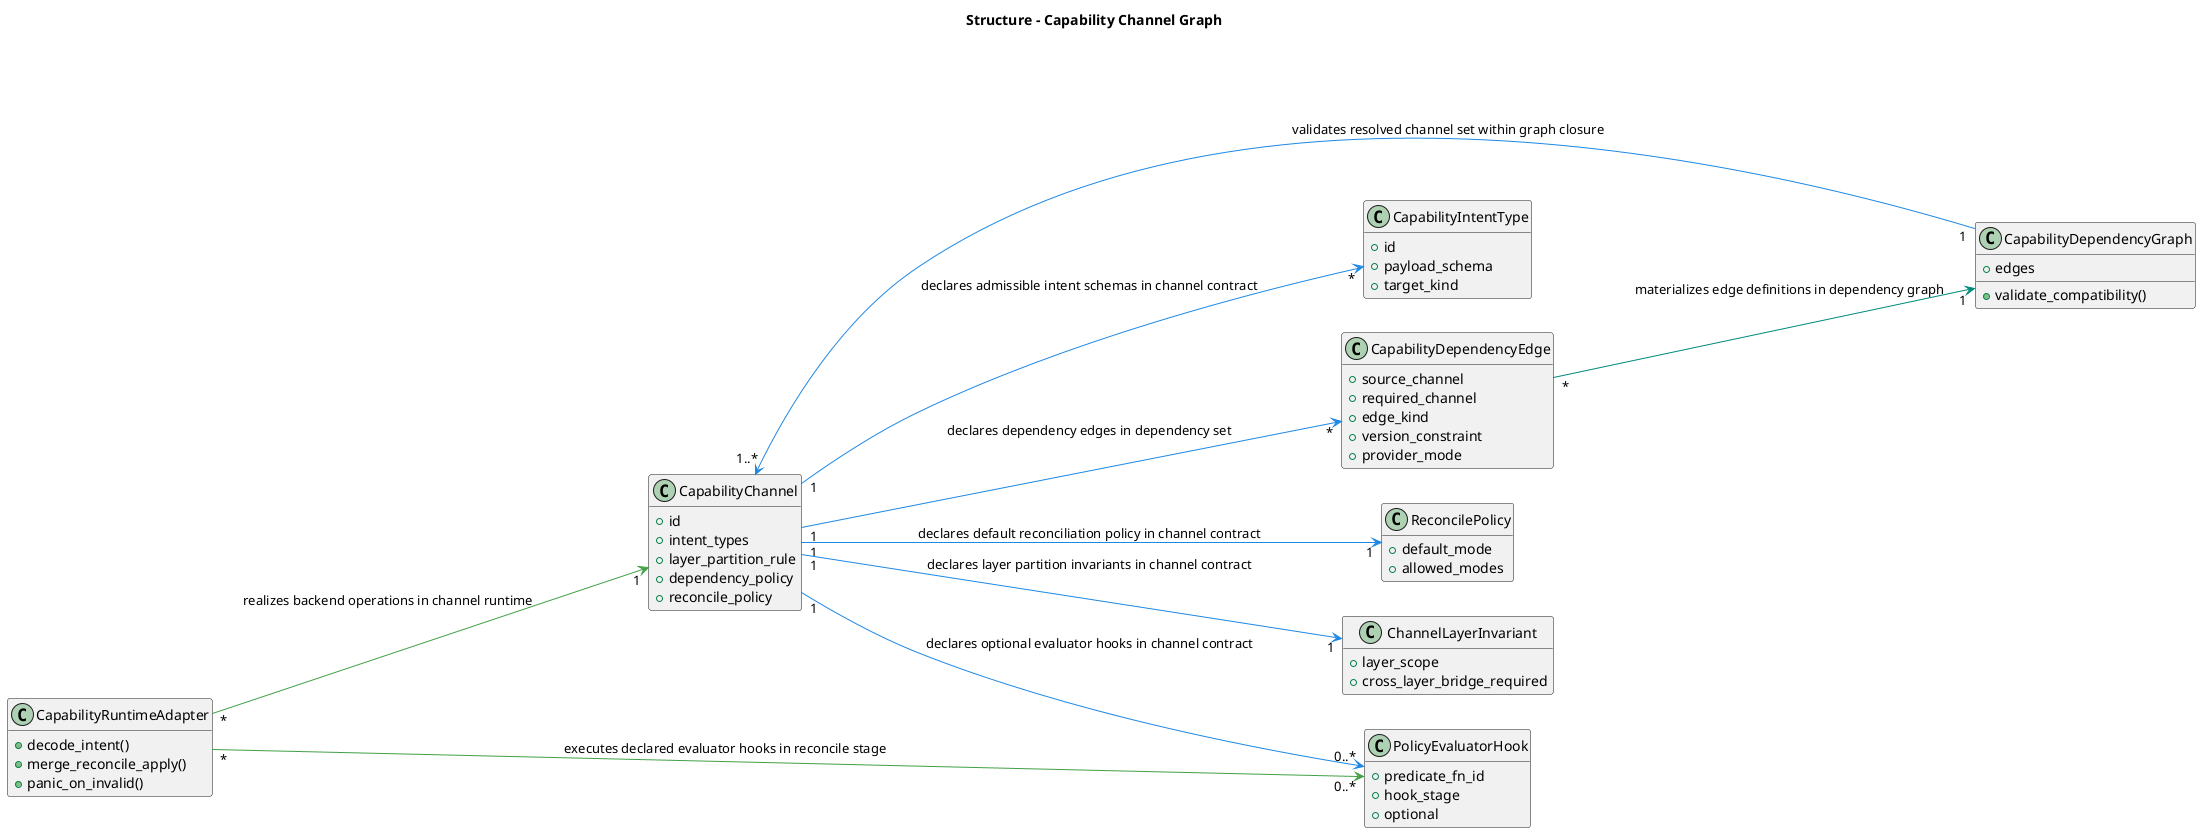
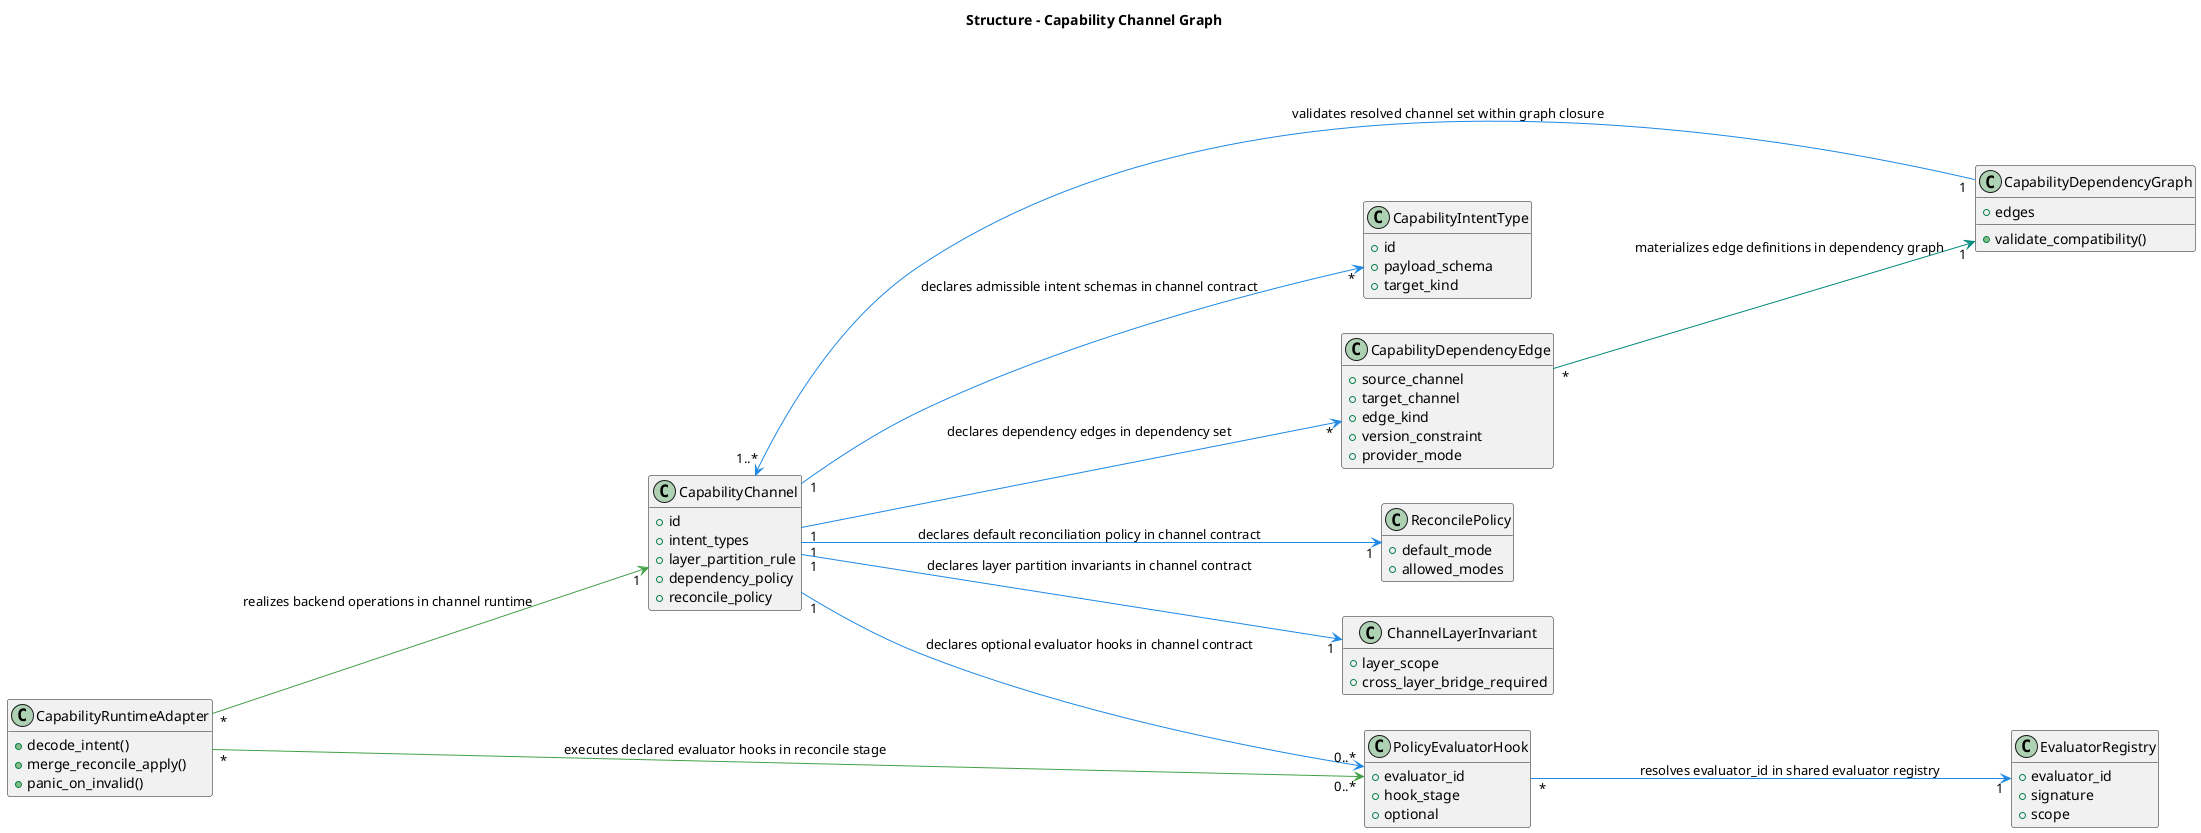
@startuml
title Structure - Capability Channel Graph
hide empty members
left to right direction

class CapabilityChannel {
  +id
  +intent_types
  +layer_partition_rule
  +dependency_policy
  +reconcile_policy
}

class CapabilityIntentType {
  +id
  +payload_schema
  +target_kind
}

class CapabilityDependencyEdge {
  +source_channel
-   +required_channel
+   +target_channel
  +edge_kind
  +version_constraint
  +provider_mode
}

class CapabilityDependencyGraph {
  +edges
  +validate_compatibility()
}

class CapabilityRuntimeAdapter {
  +decode_intent()
  +merge_reconcile_apply()
  +panic_on_invalid()
}

class ReconcilePolicy {
  +default_mode
  +allowed_modes
}

class PolicyEvaluatorHook {
-   +predicate_fn_id
+   +evaluator_id
  +hook_stage
  +optional
}

class ChannelLayerInvariant {
  +layer_scope
  +cross_layer_bridge_required
+ }
+ 
+ class EvaluatorRegistry {
+   +evaluator_id
+   +signature
+   +scope
}

CapabilityChannel "1" -[#1E88E5]-> "*" CapabilityIntentType : declares admissible intent schemas in channel contract
CapabilityChannel "1" -[#1E88E5]-> "*" CapabilityDependencyEdge : declares dependency edges in dependency set
CapabilityChannel "1" -[#1E88E5]-> "1" ReconcilePolicy : declares default reconciliation policy in channel contract
CapabilityChannel "1" -[#1E88E5]-> "0..*" PolicyEvaluatorHook : declares optional evaluator hooks in channel contract
CapabilityChannel "1" -[#1E88E5]-> "1" ChannelLayerInvariant : declares layer partition invariants in channel contract
CapabilityDependencyEdge "*" -[#00897B]-> "1" CapabilityDependencyGraph : materializes edge definitions in dependency graph
CapabilityDependencyGraph "1" -[#1E88E5]-> "1..*" CapabilityChannel : validates resolved channel set within graph closure
CapabilityRuntimeAdapter "*" -[#43A047]-> "1" CapabilityChannel : realizes backend operations in channel runtime
CapabilityRuntimeAdapter "*" -[#43A047]-> "0..*" PolicyEvaluatorHook : executes declared evaluator hooks in reconcile stage
+ PolicyEvaluatorHook "*" -[#1E88E5]-> "1" EvaluatorRegistry : resolves evaluator_id in shared evaluator registry
@enduml
